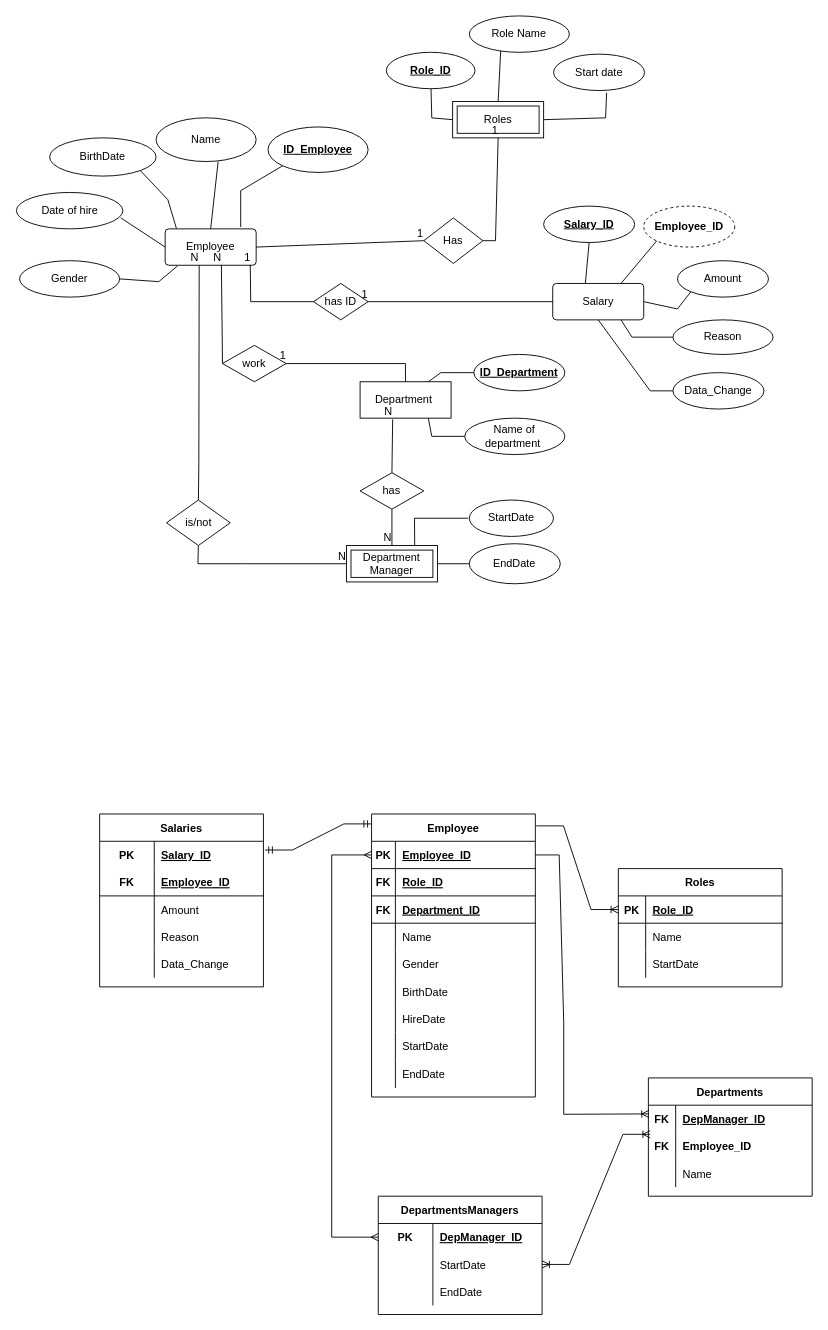
Herikadesiree/webdev_CA1 keeps this draw.io diagram as Untitled Diagram.drawio. Above is the earlier version. Source tidied: cells renumbered, new cells numbered last; positions are measured from the earlier drawing's top-left corner, leaving out a move shared by most shapes. Both pictures are drawn from the tidied source at 91%, with x=0, y=0 at pixel (16, 15).
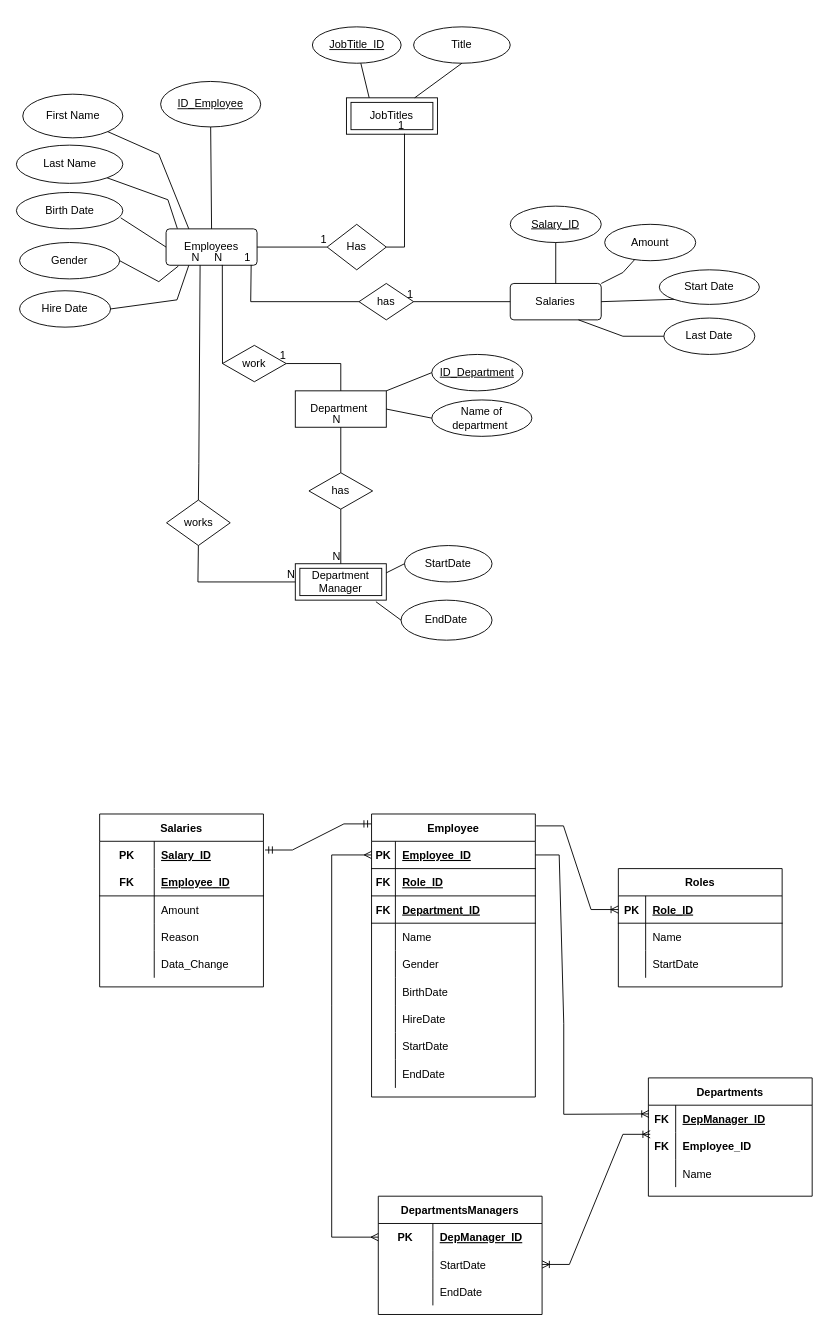
After the change.

The change refers to these unchanged cells:
```xml
<mxCell id="17" value="work" style="shape=rhombus;perimeter=rhombusPerimeter;whiteSpace=wrap;html=1;align=center;" parent="1" vertex="1">
  <mxGeometry x="226" y="362" width="70" height="40" as="geometry" />
</mxCell>
```

Change to the diagram source:
```diff
@@
-    <mxCell id="2" value="Employee" style="rounded=1;arcSize=10;whiteSpace=wrap;html=1;align=center;" parent="1" vertex="1">
-      <mxGeometry x="163" y="234" width="100" height="40" as="geometry" />
+    <mxCell id="2" value="Employees" style="rounded=1;arcSize=10;whiteSpace=wrap;html=1;align=center;" parent="1" vertex="1">
+      <mxGeometry x="164" y="234" width="100" height="40" as="geometry" />
     </mxCell>
-    <mxCell id="3" value="&lt;b&gt;ID_Employee&lt;/b&gt;" style="ellipse;whiteSpace=wrap;html=1;align=center;fontStyle=4;" parent="1" vertex="1">
-      <mxGeometry x="276" y="122" width="110" height="50" as="geometry" />
+    <mxCell id="3" value="&lt;span&gt;ID_Employee&lt;/span&gt;" style="ellipse;whiteSpace=wrap;html=1;align=center;fontStyle=4;" parent="1" vertex="1">
+      <mxGeometry x="158" y="72" width="110" height="50" as="geometry" />
     </mxCell>
-    <mxCell id="4" value="Name" style="ellipse;whiteSpace=wrap;html=1;align=center;" parent="1" vertex="1">
-      <mxGeometry x="153" y="112" width="110" height="48" as="geometry" />
+    <mxCell id="4" value="First Name" style="ellipse;whiteSpace=wrap;html=1;align=center;" parent="1" vertex="1">
+      <mxGeometry x="6.5" y="86" width="110" height="48" as="geometry" />
     </mxCell>
-    <mxCell id="5" value="BirthDate" style="ellipse;whiteSpace=wrap;html=1;align=center;" parent="1" vertex="1">
-      <mxGeometry x="36" y="134" width="117" height="42" as="geometry" />
+    <mxCell id="5" value="Last Name" style="ellipse;whiteSpace=wrap;html=1;align=center;" parent="1" vertex="1">
+      <mxGeometry x="-0.5" y="142" width="117" height="42" as="geometry" />
     </mxCell>
     <mxCell id="6" value="Gender" style="ellipse;whiteSpace=wrap;html=1;align=center;" parent="1" vertex="1">
-      <mxGeometry x="3" y="269" width="110" height="40" as="geometry" />
+      <mxGeometry x="3" y="249" width="110" height="40" as="geometry" />
     </mxCell>
-    <mxCell id="7" value="Date of hire" style="ellipse;whiteSpace=wrap;html=1;align=center;" parent="1" vertex="1">
+    <mxCell id="7" value="Birth Date" style="ellipse;whiteSpace=wrap;html=1;align=center;" parent="1" vertex="1">
       <mxGeometry x="-0.5" y="194" width="117" height="40" as="geometry" />
     </mxCell>
-    <mxCell id="8" value="Roles" style="shape=ext;margin=3;double=1;whiteSpace=wrap;html=1;align=center;" parent="1" vertex="1">
-      <mxGeometry x="478.9" y="94" width="100" height="40" as="geometry" />
+    <mxCell id="8" value="JobTitles" style="shape=ext;margin=3;double=1;whiteSpace=wrap;html=1;align=center;" parent="1" vertex="1">
+      <mxGeometry x="362.2" y="90" width="100" height="40" as="geometry" />
     </mxCell>
-    <mxCell id="9" value="has ID" style="shape=rhombus;perimeter=rhombusPerimeter;whiteSpace=wrap;html=1;align=center;" parent="1" vertex="1">
-      <mxGeometry x="326" y="294" width="60" height="40" as="geometry" />
+    <mxCell id="9" value="has" style="shape=rhombus;perimeter=rhombusPerimeter;whiteSpace=wrap;html=1;align=center;" parent="1" vertex="1">
+      <mxGeometry x="376" y="294" width="60" height="40" as="geometry" />
     </mxCell>
-    <mxCell id="10" value="Role Name" style="ellipse;whiteSpace=wrap;html=1;" parent="1" vertex="1">
-      <mxGeometry x="497.2" width="110" height="40" as="geometry" />
+    <mxCell id="10" value="Title" style="ellipse;whiteSpace=wrap;html=1;" parent="1" vertex="1">
+      <mxGeometry x="436" y="12" width="106.2" height="40" as="geometry" />
     </mxCell>
     <mxCell id="11" value="Department&amp;nbsp;" style="whiteSpace=wrap;html=1;align=center;" parent="1" vertex="1">
-      <mxGeometry x="377.2" y="402" width="100" height="40" as="geometry" />
+      <mxGeometry x="306" y="412" width="100" height="40" as="geometry" />
     </mxCell>
     <mxCell id="12" value="Name of department&amp;nbsp;" style="ellipse;whiteSpace=wrap;html=1;" parent="1" vertex="1">
-      <mxGeometry x="492.2" y="442" width="110" height="40" as="geometry" />
+      <mxGeometry x="456" y="422" width="110" height="40" as="geometry" />
     </mxCell>
     <mxCell id="13" value="Has" style="shape=rhombus;perimeter=rhombusPerimeter;whiteSpace=wrap;html=1;align=center;" parent="1" vertex="1">
-      <mxGeometry x="447.2" y="222" width="65" height="50" as="geometry" />
+      <mxGeometry x="341" y="229" width="65" height="50" as="geometry" />
     </mxCell>
-    <mxCell id="14" value="&lt;b&gt;ID_Department&lt;/b&gt;" style="ellipse;whiteSpace=wrap;html=1;align=center;fontStyle=4;" parent="1" vertex="1">
-      <mxGeometry x="502.2" y="372" width="100" height="40" as="geometry" />
+    <mxCell id="14" value="&lt;span&gt;ID_Department&lt;/span&gt;" style="ellipse;whiteSpace=wrap;html=1;align=center;fontStyle=4;" parent="1" vertex="1">
+      <mxGeometry x="456" y="372" width="100" height="40" as="geometry" />
     </mxCell>
     <mxCell id="15" value="Department Manager" style="shape=ext;margin=3;double=1;whiteSpace=wrap;html=1;align=center;" parent="1" vertex="1">
-      <mxGeometry x="362.2" y="582" width="100" height="40" as="geometry" />
+      <mxGeometry x="306" y="602" width="100" height="40" as="geometry" />
     </mxCell>
     <mxCell id="16" value="StartDate" style="ellipse;whiteSpace=wrap;html=1;" parent="1" vertex="1">
-      <mxGeometry x="497.2" y="532" width="92.5" height="40" as="geometry" />
+      <mxGeometry x="426" y="582" width="96.2" height="40" as="geometry" />
     </mxCell>
@@
-    <mxCell id="18" value="Start date" style="ellipse;whiteSpace=wrap;html=1;" parent="1" vertex="1">
-      <mxGeometry x="589.8" y="42" width="100" height="40" as="geometry" />
-    </mxCell>
-    <mxCell id="19" value="Salary" style="rounded=1;arcSize=10;whiteSpace=wrap;html=1;align=center;" parent="1" vertex="1">
-      <mxGeometry x="588.9" y="294" width="100" height="40" as="geometry" />
+    <mxCell id="19" value="Salaries" style="rounded=1;arcSize=10;whiteSpace=wrap;html=1;align=center;" parent="1" vertex="1">
+      <mxGeometry x="542.2" y="294" width="100" height="40" as="geometry" />
     </mxCell>
@@
-    <mxCell id="68" value="Reason" style="ellipse;whiteSpace=wrap;html=1;rounded=1;arcSize=10;" parent="1" vertex="1">
-      <mxGeometry x="721" y="334" width="110" height="38" as="geometry" />
+    <mxCell id="68" value="Start Date" style="ellipse;whiteSpace=wrap;html=1;rounded=1;arcSize=10;" parent="1" vertex="1">
+      <mxGeometry x="706" y="279" width="110" height="38" as="geometry" />
     </mxCell>
@@
     <mxCell id="85" value="EndDate" style="ellipse;whiteSpace=wrap;html=1;" parent="1" vertex="1">
-      <mxGeometry x="497.2" y="580" width="100" height="44" as="geometry" />
+      <mxGeometry x="422.2" y="642" width="100" height="44" as="geometry" />
     </mxCell>
     <mxCell id="86" value="has" style="shape=rhombus;perimeter=rhombusPerimeter;whiteSpace=wrap;html=1;align=center;" parent="1" vertex="1">
-      <mxGeometry x="377.2" y="502" width="70" height="40" as="geometry" />
+      <mxGeometry x="321" y="502" width="70" height="40" as="geometry" />
     </mxCell>
@@
     <mxCell id="89" style="endArrow=none;html=1;rounded=0;entryX=1;entryY=0.5;entryDx=0;entryDy=0;exitX=0.5;exitY=0;exitDx=0;exitDy=0;" parent="1" edge="1" source="11" target="17">
       <mxGeometry relative="1" as="geometry">
         <Array as="points">
-          <mxPoint x="427" y="382" />
+          <mxPoint x="356" y="382" />
         </Array>
       </mxGeometry>
     </mxCell>
@@
-    <mxCell id="99" style="endArrow=none;html=1;rounded=0;exitX=1;exitY=0.5;exitDx=0;exitDy=0;entryX=0.5;entryY=1;entryDx=0;entryDy=0;" parent="1" edge="1" source="13" target="8">
+    <mxCell id="99" style="endArrow=none;html=1;rounded=0;exitX=1;exitY=0.5;exitDx=0;exitDy=0;entryX=0.638;entryY=0.986;entryDx=0;entryDy=0;entryPerimeter=0;" parent="1" edge="1" source="13" target="8">
       <mxGeometry relative="1" as="geometry">
         <Array as="points">
-          <mxPoint x="526" y="247" />
+          <mxPoint x="426" y="254" />
         </Array>
       </mxGeometry>
     </mxCell>
@@
-    <mxCell id="101" value="&lt;b&gt;Role_ID&lt;/b&gt;" style="ellipse;whiteSpace=wrap;html=1;align=center;fontStyle=4;" parent="1" vertex="1">
-      <mxGeometry x="406" y="40" width="97.5" height="40" as="geometry" />
+    <mxCell id="101" value="&lt;span&gt;JobTitle_ID&lt;/span&gt;" style="ellipse;whiteSpace=wrap;html=1;align=center;fontStyle=4;" parent="1" vertex="1">
+      <mxGeometry x="324.8" y="12" width="97.5" height="40" as="geometry" />
     </mxCell>
-    <mxCell id="102" value="&lt;b&gt;Salary_ID&lt;/b&gt;" style="ellipse;whiteSpace=wrap;html=1;align=center;fontStyle=4;" parent="1" vertex="1">
-      <mxGeometry x="578.9" y="209" width="100" height="40" as="geometry" />
+    <mxCell id="102" value="&lt;span&gt;Salary_ID&lt;/span&gt;" style="ellipse;whiteSpace=wrap;html=1;align=center;fontStyle=4;" parent="1" vertex="1">
+      <mxGeometry x="542.2" y="209" width="100" height="40" as="geometry" />
     </mxCell>
@@
-    <mxCell id="104" value="&lt;b&gt;Employee_ID&lt;/b&gt;" style="ellipse;whiteSpace=wrap;html=1;align=center;dashed=1;" parent="1" vertex="1">
-      <mxGeometry x="688.9" y="209" width="100" height="45" as="geometry" />
-    </mxCell>
-    <mxCell id="105" value="is/not" style="shape=rhombus;perimeter=rhombusPerimeter;whiteSpace=wrap;html=1;align=center;" parent="1" vertex="1">
+    <mxCell id="105" value="works" style="shape=rhombus;perimeter=rhombusPerimeter;whiteSpace=wrap;html=1;align=center;" parent="1" vertex="1">
       <mxGeometry x="164.5" y="532" width="70" height="50" as="geometry" />
     </mxCell>
@@
     <mxCell id="108" style="endArrow=none;html=1;rounded=0;exitX=0.5;exitY=1;exitDx=0;exitDy=0;entryX=0;entryY=0.5;entryDx=0;entryDy=0;" parent="1" edge="1" source="105" target="15">
       <mxGeometry relative="1" as="geometry">
         <Array as="points">
-          <mxPoint x="199" y="602" />
-          <mxPoint x="251" y="602" />
+          <mxPoint x="199" y="622" />
         </Array>
       </mxGeometry>
     </mxCell>
@@
-    <mxCell id="124" value="Data_Change" style="ellipse;whiteSpace=wrap;html=1;align=center;" parent="1" vertex="1">
-      <mxGeometry x="721" y="392" width="100" height="40" as="geometry" />
+    <mxCell id="124" value="Last Date" style="ellipse;whiteSpace=wrap;html=1;align=center;" parent="1" vertex="1">
+      <mxGeometry x="711" y="332" width="100" height="40" as="geometry" />
     </mxCell>
     <mxCell id="125" value="Amount" style="ellipse;whiteSpace=wrap;html=1;align=center;" parent="1" vertex="1">
-      <mxGeometry x="726" y="269" width="100" height="40" as="geometry" />
+      <mxGeometry x="646" y="229" width="100" height="40" as="geometry" />
     </mxCell>
-    <mxCell id="126" style="endArrow=none;html=1;rounded=0;entryX=0;entryY=1;entryDx=0;entryDy=0;" parent="1" edge="1" target="3">
-      <mxGeometry relative="1" as="geometry">
-        <mxPoint x="246" y="232" as="sourcePoint" />
-        <Array as="points">
-          <mxPoint x="246" y="192" />
-        </Array>
-      </mxGeometry>
+    <mxCell id="126" style="endArrow=none;html=1;rounded=0;entryX=0.5;entryY=1;entryDx=0;entryDy=0;exitX=0.5;exitY=0;exitDx=0;exitDy=0;" parent="1" edge="1" source="2" target="3">
+      <mxGeometry relative="1" as="geometry" />
     </mxCell>
-    <mxCell id="127" style="endArrow=none;html=1;rounded=0;exitX=0.5;exitY=0;exitDx=0;exitDy=0;entryX=0.62;entryY=1.002;entryDx=0;entryDy=0;entryPerimeter=0;" parent="1" edge="1" source="2" target="4">
-      <mxGeometry relative="1" as="geometry" />
+    <mxCell id="127" style="endArrow=none;html=1;rounded=0;exitX=0.25;exitY=0;exitDx=0;exitDy=0;" parent="1" edge="1" source="2" target="4">
+      <mxGeometry relative="1" as="geometry">
+        <Array as="points">
+          <mxPoint x="156" y="152" />
+        </Array>
+      </mxGeometry>
     </mxCell>
@@
-    <mxCell id="131" style="endArrow=none;html=1;rounded=0;exitX=0;exitY=0.5;exitDx=0;exitDy=0;" parent="1" edge="1" source="8" target="101">
-      <mxGeometry relative="1" as="geometry">
-        <Array as="points">
-          <mxPoint x="456" y="112" />
-        </Array>
-      </mxGeometry>
+    <mxCell id="131" style="endArrow=none;html=1;rounded=0;exitX=0.25;exitY=0;exitDx=0;exitDy=0;" parent="1" edge="1" source="8" target="101">
+      <mxGeometry relative="1" as="geometry" />
     </mxCell>
-    <mxCell id="132" style="endArrow=none;html=1;rounded=0;exitX=0.314;exitY=0.959;exitDx=0;exitDy=0;entryX=0.5;entryY=0;entryDx=0;entryDy=0;exitPerimeter=0;" parent="1" edge="1" source="10" target="8">
+    <mxCell id="132" style="endArrow=none;html=1;rounded=0;exitX=0.5;exitY=1;exitDx=0;exitDy=0;entryX=0.75;entryY=0;entryDx=0;entryDy=0;" parent="1" edge="1" source="10" target="8">
       <mxGeometry relative="1" as="geometry" />
     </mxCell>
-    <mxCell id="133" style="endArrow=none;html=1;rounded=0;exitX=1;exitY=0.5;exitDx=0;exitDy=0;entryX=0.583;entryY=1.056;entryDx=0;entryDy=0;entryPerimeter=0;" parent="1" edge="1" source="8" target="18">
-      <mxGeometry relative="1" as="geometry">
-        <Array as="points">
-          <mxPoint x="647" y="112" />
-        </Array>
-      </mxGeometry>
-    </mxCell>
-    <mxCell id="134" style="endArrow=none;html=1;rounded=0;entryX=0;entryY=1;entryDx=0;entryDy=0;exitX=0.75;exitY=0;exitDx=0;exitDy=0;" parent="1" edge="1" source="19" target="104">
-      <mxGeometry relative="1" as="geometry" />
-    </mxCell>
-    <mxCell id="135" style="endArrow=none;html=1;rounded=0;exitX=0.5;exitY=1;exitDx=0;exitDy=0;entryX=0.359;entryY=-0.009;entryDx=0;entryDy=0;entryPerimeter=0;" parent="1" edge="1" source="102" target="19">
+    <mxCell id="135" style="endArrow=none;html=1;rounded=0;exitX=0.5;exitY=1;exitDx=0;exitDy=0;entryX=0.5;entryY=0;entryDx=0;entryDy=0;" parent="1" edge="1" source="102" target="19">
       <mxGeometry relative="1" as="geometry" />
     </mxCell>
-    <mxCell id="136" style="endArrow=none;html=1;rounded=0;exitX=1;exitY=0.5;exitDx=0;exitDy=0;entryX=0;entryY=1;entryDx=0;entryDy=0;" parent="1" edge="1" source="19" target="125">
+    <mxCell id="136" style="endArrow=none;html=1;rounded=0;exitX=1;exitY=0;exitDx=0;exitDy=0;" parent="1" edge="1" source="19" target="125">
       <mxGeometry relative="1" as="geometry">
         <Array as="points">
-          <mxPoint x="726" y="322" />
+          <mxPoint x="666" y="282" />
         </Array>
       </mxGeometry>
     </mxCell>
-    <mxCell id="137" style="endArrow=none;html=1;rounded=0;entryX=0;entryY=0.5;entryDx=0;entryDy=0;exitX=0.75;exitY=1;exitDx=0;exitDy=0;" parent="1" edge="1" source="19" target="68">
-      <mxGeometry relative="1" as="geometry">
-        <Array as="points">
-          <mxPoint x="676" y="353" />
-        </Array>
-      </mxGeometry>
+    <mxCell id="137" style="endArrow=none;html=1;rounded=0;entryX=0;entryY=1;entryDx=0;entryDy=0;exitX=1;exitY=0.5;exitDx=0;exitDy=0;" parent="1" edge="1" source="19" target="68">
+      <mxGeometry relative="1" as="geometry" />
     </mxCell>
-    <mxCell id="138" style="endArrow=none;html=1;rounded=0;entryX=0;entryY=0.5;entryDx=0;entryDy=0;exitX=0.5;exitY=1;exitDx=0;exitDy=0;" parent="1" edge="1" source="19" target="124">
+    <mxCell id="138" style="endArrow=none;html=1;rounded=0;entryX=0;entryY=0.5;entryDx=0;entryDy=0;exitX=0.75;exitY=1;exitDx=0;exitDy=0;" parent="1" edge="1" source="19" target="124">
       <mxGeometry relative="1" as="geometry">
         <Array as="points">
-          <mxPoint x="696" y="412" />
+          <mxPoint x="666" y="352" />
         </Array>
       </mxGeometry>
     </mxCell>
-    <mxCell id="139" style="endArrow=none;html=1;rounded=0;exitX=0.75;exitY=0;exitDx=0;exitDy=0;entryX=0;entryY=0.5;entryDx=0;entryDy=0;" parent="1" edge="1" source="11" target="14">
-      <mxGeometry relative="1" as="geometry">
-        <Array as="points">
-          <mxPoint x="466" y="392" />
-        </Array>
-      </mxGeometry>
-    </mxCell>
-    <mxCell id="140" style="endArrow=none;html=1;rounded=0;exitX=0.75;exitY=1;exitDx=0;exitDy=0;entryX=0;entryY=0.5;entryDx=0;entryDy=0;" parent="1" edge="1" source="11" target="12">
-      <mxGeometry relative="1" as="geometry">
-        <Array as="points">
-          <mxPoint x="456" y="462" />
-        </Array>
-      </mxGeometry>
+    <mxCell id="140" style="endArrow=none;html=1;rounded=0;exitX=1;exitY=0.5;exitDx=0;exitDy=0;entryX=0;entryY=0.5;entryDx=0;entryDy=0;" parent="1" edge="1" source="11" target="12">
+      <mxGeometry relative="1" as="geometry" />
     </mxCell>
-    <mxCell id="141" style="endArrow=none;html=1;rounded=0;exitX=0.75;exitY=0;exitDx=0;exitDy=0;" parent="1" edge="1" source="15">
-      <mxGeometry relative="1" as="geometry">
-        <mxPoint x="496" y="552" as="targetPoint" />
-        <Array as="points">
-          <mxPoint x="437" y="552" />
-        </Array>
-      </mxGeometry>
+    <mxCell id="141" style="endArrow=none;html=1;rounded=0;exitX=1;exitY=0.25;exitDx=0;exitDy=0;entryX=0;entryY=0.5;entryDx=0;entryDy=0;" parent="1" edge="1" source="15" target="16">
+      <mxGeometry relative="1" as="geometry" />
     </mxCell>
-    <mxCell id="142" style="endArrow=none;html=1;rounded=0;exitX=1;exitY=0.5;exitDx=0;exitDy=0;entryX=0;entryY=0.5;entryDx=0;entryDy=0;" parent="1" edge="1" source="15" target="85">
+    <mxCell id="142" style="endArrow=none;html=1;rounded=0;exitX=0.886;exitY=1.043;exitDx=0;exitDy=0;entryX=0;entryY=0.5;entryDx=0;entryDy=0;exitPerimeter=0;" parent="1" edge="1" source="15" target="85">
       <mxGeometry relative="1" as="geometry" />
     </mxCell>
@@
-    <mxCell id="144" style="endArrow=none;html=1;rounded=0;exitX=0.5;exitY=0;exitDx=0;exitDy=0;entryX=0.358;entryY=1.033;entryDx=0;entryDy=0;entryPerimeter=0;" parent="1" edge="1" source="86" target="11">
+    <mxCell id="144" style="endArrow=none;html=1;rounded=0;exitX=0.5;exitY=0;exitDx=0;exitDy=0;" parent="1" edge="1" source="86" target="11">
       <mxGeometry relative="1" as="geometry" />
     </mxCell>
@@
+    <mxCell id="146" value="Hire Date" style="ellipse;whiteSpace=wrap;html=1;align=center;" parent="1" vertex="1">
+      <mxGeometry x="3" y="302" width="100" height="40" as="geometry" />
+    </mxCell>
+    <mxCell id="147" style="endArrow=none;html=1;rounded=0;entryX=0.25;entryY=1;entryDx=0;entryDy=0;exitX=1;exitY=0.5;exitDx=0;exitDy=0;" parent="1" edge="1" source="146" target="2">
+      <mxGeometry relative="1" as="geometry">
+        <Array as="points">
+          <mxPoint x="176" y="312" />
+        </Array>
+      </mxGeometry>
+    </mxCell>
+    <mxCell id="139" style="endArrow=none;html=1;rounded=0;exitX=1;exitY=0;exitDx=0;exitDy=0;entryX=0;entryY=0.5;entryDx=0;entryDy=0;" parent="1" edge="1" source="11" target="14">
+      <mxGeometry relative="1" as="geometry" />
+    </mxCell>
```
